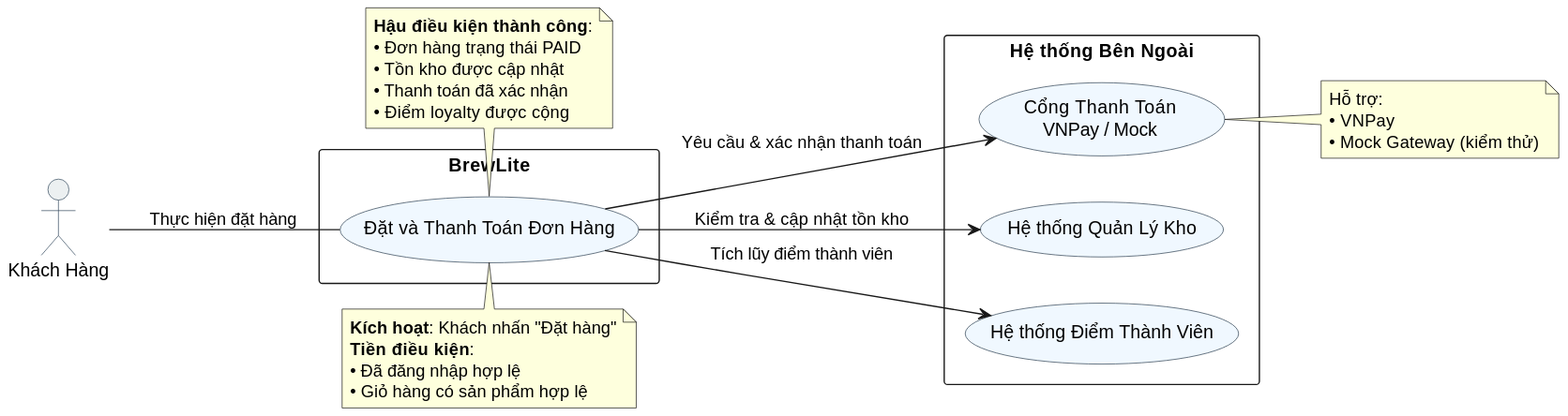
This is docs/diagrams/task1.3-diagram.svg from leduc16102006-jpg/assiment2, a PlantUML export, as it was before one commit.
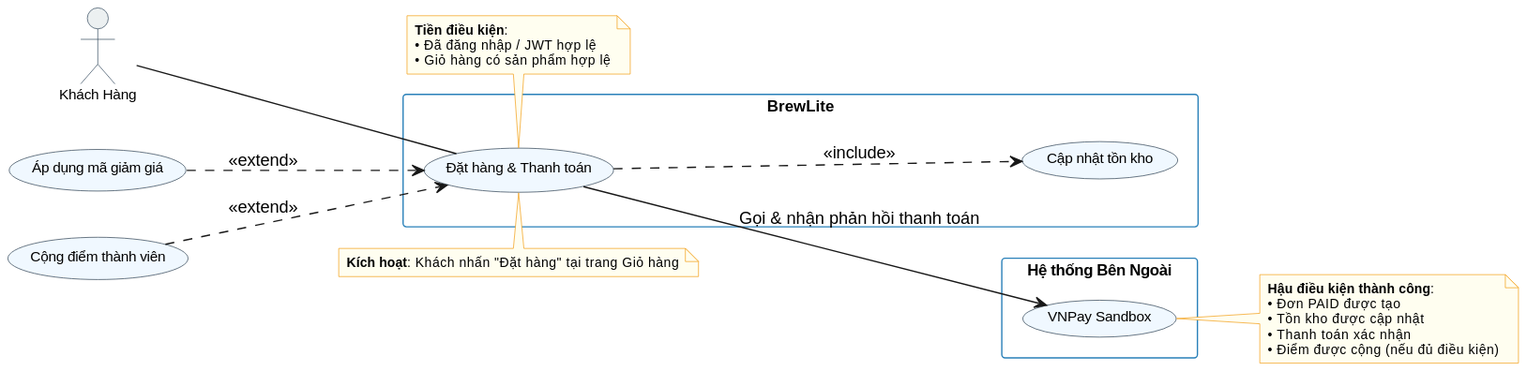
The same file after the commit.

Commit message:
cap nhat theo task 1.2

What changed in the source:
```diff
@@ -4,47 +4,63 @@
 skinparam useCase {
   BackgroundColor #f0f8ff
   BorderColor #2c3e50
+  FontName Arial
+  FontSize 11
 }
 skinparam actor {
   BackgroundColor #ecf0f1
   BorderColor #34495e
+  FontName Arial
+  FontSize 11
+}
+skinparam rectangle {
+  BackgroundColor #ffffff
+  BorderColor #2980b9
+  FontName Arial
+  FontSize 12
+}
+skinparam note {
+  BackgroundColor #fffef0
+  BorderColor #f39c12
+  FontName Arial
+  FontSize 10
 }
 
 actor "Khách Hàng" as KH
 
 rectangle "BrewLite" {
-  (Đặt và Thanh Toán Đơn Hàng) as UC_MAIN
+  (Đặt hàng & Thanh toán) as UC_MAIN
+  (Cập nhật tồn kho) as UC_STOCK
 }
 
 rectangle "Hệ thống Bên Ngoài" {
-  (Cổng Thanh Toán\nVNPay / Mock) as PG
-  (Hệ thống Quản Lý Kho) as KHO
-  (Hệ thống Điểm Thành Viên) as LOYALTY
+  (VNPay Sandbox) as VNP
 }
 
-KH -- UC_MAIN : Thực hiện đặt hàng
-UC_MAIN --> PG : Yêu cầu & xác nhận thanh toán
-UC_MAIN --> KHO : Kiểm tra & cập nhật tồn kho
-UC_MAIN --> LOYALTY : Tích lũy điểm thành viên
+KH -- UC_MAIN
+
+UC_MAIN -[dashed]-> UC_STOCK : <<include>>
+
+(Áp dụng mã giảm giá) -[dashed]-> UC_MAIN : <<extend>>
+(Cộng điểm thành viên) -[dashed]-> UC_MAIN : <<extend>>
+
+UC_MAIN --> VNP : Gọi & nhận phản hồi thanh toán
 
 note top of UC_MAIN
-  **Kích hoạt**: Khách nhấn "Đặt hàng"
+  **Kích hoạt**: Khách nhấn "Đặt hàng" tại trang Giỏ hàng
+end note
+
+note bottom of UC_MAIN
   **Tiền điều kiện**:
-  • Đã đăng nhập hợp lệ
+  • Đã đăng nhập / JWT hợp lệ
   • Giỏ hàng có sản phẩm hợp lệ
 end note
 
-note bottom of UC_MAIN
+note right of VNP
   **Hậu điều kiện thành công**:
-  • Đơn hàng trạng thái PAID
+  • Đơn PAID được tạo
   • Tồn kho được cập nhật
-  • Thanh toán đã xác nhận
-  • Điểm loyalty được cộng
-end note
-
-note right of PG
-  Hỗ trợ:
-  • VNPay
-  • Mock Gateway (kiểm thử)
+  • Thanh toán xác nhận
+  • Điểm được cộng (nếu đủ điều kiện)
 end note
 @enduml
```
